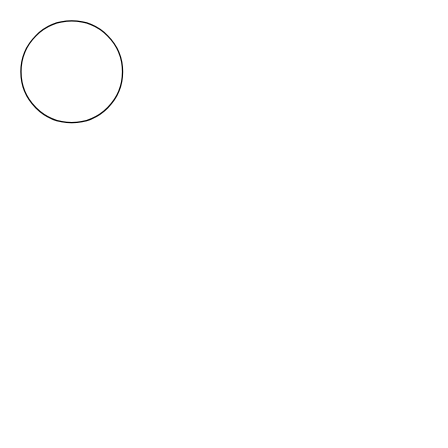
This is desing.drawio from iswade/iswade, a draw.io file, before an edit. Source tidied: cells renumbered, new cells numbered last; positions are measured from the earlier drawing's top-left corner, leaving out a move shared by most shapes. Both pictures are drawn from the tidied source at 127%, with x=0, y=0 at pixel (20, 20).
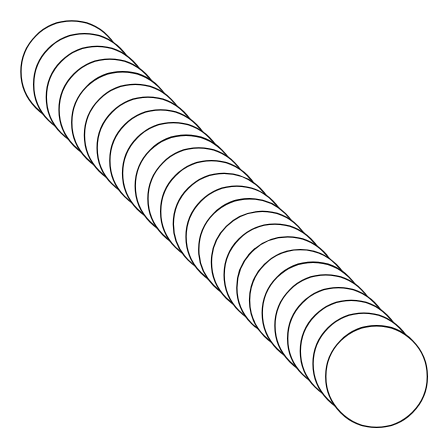
Above is the later version.

Change to the diagram source:
```diff
@@
+    <mxCell id="3" style="ellipse;whiteSpace=wrap;html=1;" parent="1" vertex="1">
+      <mxGeometry x="10" y="10" width="80" height="80" as="geometry" />
+    </mxCell>
+    <mxCell id="4" style="ellipse;whiteSpace=wrap;html=1;" parent="1" vertex="1">
+      <mxGeometry x="20" y="20" width="80" height="80" as="geometry" />
+    </mxCell>
+    <mxCell id="5" style="ellipse;whiteSpace=wrap;html=1;" parent="1" vertex="1">
+      <mxGeometry x="30" y="30" width="80" height="80" as="geometry" />
+    </mxCell>
+    <mxCell id="6" style="ellipse;whiteSpace=wrap;html=1;" parent="1" vertex="1">
+      <mxGeometry x="40" y="40" width="80" height="80" as="geometry" />
+    </mxCell>
+    <mxCell id="7" style="ellipse;whiteSpace=wrap;html=1;" parent="1" vertex="1">
+      <mxGeometry x="50" y="50" width="80" height="80" as="geometry" />
+    </mxCell>
+    <mxCell id="8" style="ellipse;whiteSpace=wrap;html=1;" parent="1" vertex="1">
+      <mxGeometry x="60" y="60" width="80" height="80" as="geometry" />
+    </mxCell>
+    <mxCell id="9" style="ellipse;whiteSpace=wrap;html=1;" parent="1" vertex="1">
+      <mxGeometry x="70" y="70" width="80" height="80" as="geometry" />
+    </mxCell>
+    <mxCell id="10" style="ellipse;whiteSpace=wrap;html=1;" parent="1" vertex="1">
+      <mxGeometry x="80" y="80" width="80" height="80" as="geometry" />
+    </mxCell>
+    <mxCell id="11" style="ellipse;whiteSpace=wrap;html=1;" parent="1" vertex="1">
+      <mxGeometry x="90" y="90" width="80" height="80" as="geometry" />
+    </mxCell>
+    <mxCell id="12" style="ellipse;whiteSpace=wrap;html=1;" parent="1" vertex="1">
+      <mxGeometry x="100" y="100" width="80" height="80" as="geometry" />
+    </mxCell>
+    <mxCell id="13" style="ellipse;whiteSpace=wrap;html=1;" parent="1" vertex="1">
+      <mxGeometry x="110" y="110" width="80" height="80" as="geometry" />
+    </mxCell>
+    <mxCell id="14" style="ellipse;whiteSpace=wrap;html=1;" parent="1" vertex="1">
+      <mxGeometry x="120" y="120" width="80" height="80" as="geometry" />
+    </mxCell>
+    <mxCell id="15" style="ellipse;whiteSpace=wrap;html=1;" parent="1" vertex="1">
+      <mxGeometry x="130" y="130" width="80" height="80" as="geometry" />
+    </mxCell>
+    <mxCell id="16" style="ellipse;whiteSpace=wrap;html=1;" parent="1" vertex="1">
+      <mxGeometry x="140" y="140" width="80" height="80" as="geometry" />
+    </mxCell>
+    <mxCell id="17" style="ellipse;whiteSpace=wrap;html=1;" parent="1" vertex="1">
+      <mxGeometry x="150" y="150" width="80" height="80" as="geometry" />
+    </mxCell>
+    <mxCell id="18" style="ellipse;whiteSpace=wrap;html=1;" parent="1" vertex="1">
+      <mxGeometry x="160" y="160" width="80" height="80" as="geometry" />
+    </mxCell>
+    <mxCell id="19" style="ellipse;whiteSpace=wrap;html=1;" parent="1" vertex="1">
+      <mxGeometry x="170" y="170" width="80" height="80" as="geometry" />
+    </mxCell>
+    <mxCell id="20" style="ellipse;whiteSpace=wrap;html=1;" parent="1" vertex="1">
+      <mxGeometry x="180" y="180" width="80" height="80" as="geometry" />
+    </mxCell>
+    <mxCell id="21" style="ellipse;whiteSpace=wrap;html=1;" parent="1" vertex="1">
+      <mxGeometry x="190" y="190" width="80" height="80" as="geometry" />
+    </mxCell>
+    <mxCell id="22" style="ellipse;whiteSpace=wrap;html=1;" parent="1" vertex="1">
+      <mxGeometry x="200" y="200" width="80" height="80" as="geometry" />
+    </mxCell>
+    <mxCell id="23" style="ellipse;whiteSpace=wrap;html=1;" parent="1" vertex="1">
+      <mxGeometry x="210" y="210" width="80" height="80" as="geometry" />
+    </mxCell>
+    <mxCell id="24" style="ellipse;whiteSpace=wrap;html=1;" parent="1" vertex="1">
+      <mxGeometry x="220" y="220" width="80" height="80" as="geometry" />
+    </mxCell>
+    <mxCell id="25" style="ellipse;whiteSpace=wrap;html=1;" parent="1" vertex="1">
+      <mxGeometry x="230" y="230" width="80" height="80" as="geometry" />
+    </mxCell>
+    <mxCell id="26" style="ellipse;whiteSpace=wrap;html=1;" parent="1" vertex="1">
+      <mxGeometry x="240" y="240" width="80" height="80" as="geometry" />
+    </mxCell>
```
